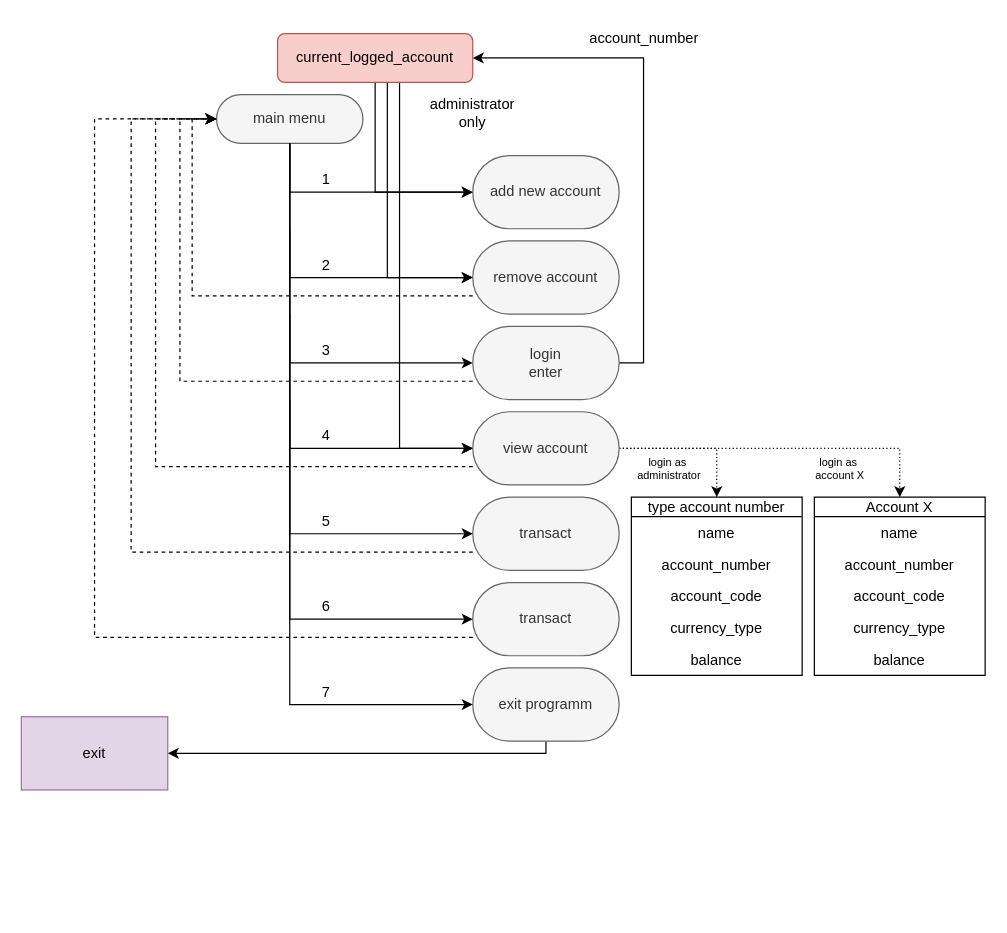
Before: mini-projects/MY_BANK/bank_c.drawio in dananomer/C-Projects, a draw.io diagram. Source tidied: cells renumbered, new cells numbered last; positions are measured from the earlier drawing's top-left corner, leaving out a move shared by most shapes. Both pictures are drawn from the tidied source at 122%, with x=0, y=0 at pixel (21, 21).
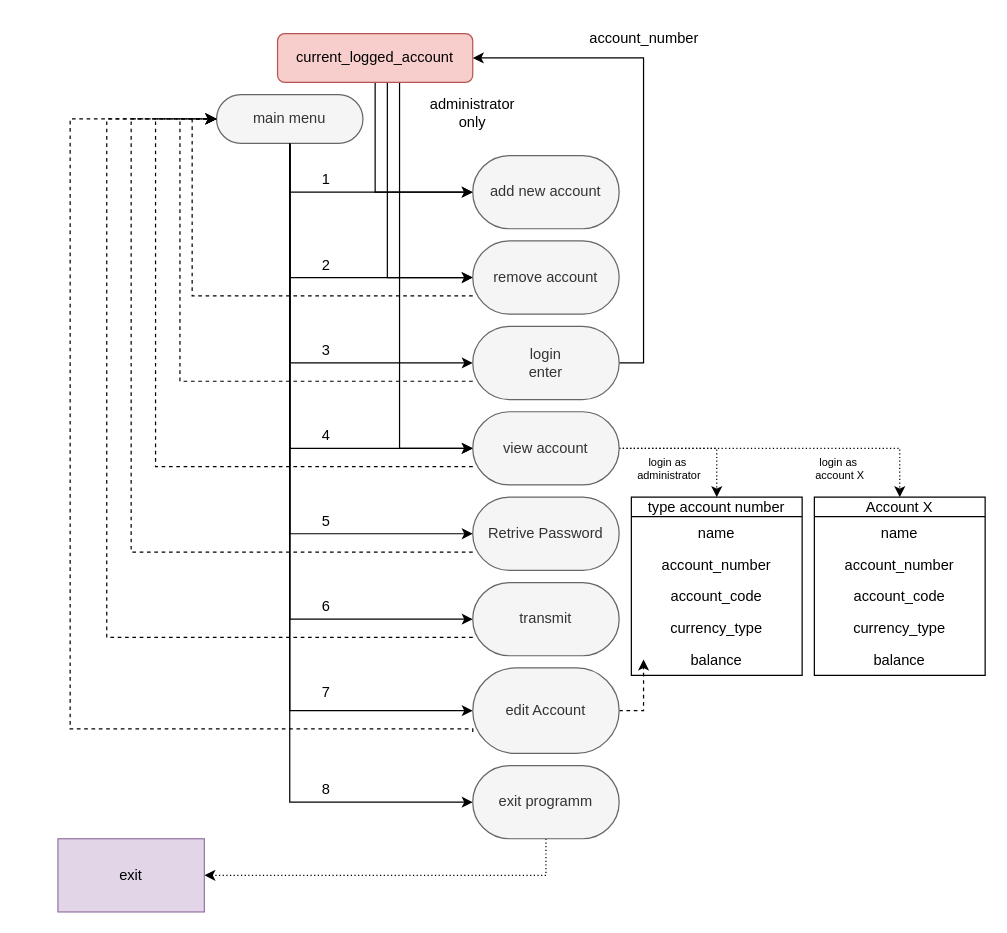
The same page after the edit.

The change refers to these unchanged cells:
```xml
<mxCell id="4" value="main menu" style="rounded=1;whiteSpace=wrap;html=1;fontSize=12;glass=0;strokeWidth=1;shadow=0;fillColor=#f5f5f5;strokeColor=#666666;fontColor=#333333;arcSize=50;" parent="1" vertex="1">
  <mxGeometry x="160" y="60" width="120" height="40" as="geometry" />
</mxCell>
<mxCell id="43" value="balance" style="text;strokeColor=none;fillColor=none;align=center;verticalAlign=top;spacingLeft=4;spacingRight=4;overflow=hidden;points=[[0,0.5],[1,0.5]];portConstraint=eastwest;" parent="38" vertex="1">
  <mxGeometry y="120" width="140" height="26" as="geometry" />
</mxCell>
```

What changed in the source:
```diff
@@
+    <mxCell id="54" style="edgeStyle=orthogonalEdgeStyle;rounded=0;jettySize=auto;html=1;exitX=0.5;exitY=1;exitDx=0;exitDy=0;entryX=0;entryY=0.5;entryDx=0;entryDy=0;fontSize=9;" parent="1" edge="1" source="4" target="59">
+      <mxGeometry relative="1" as="geometry" />
+    </mxCell>
+    <mxCell id="55" style="edgeStyle=orthogonalEdgeStyle;rounded=0;jettySize=auto;html=1;exitX=0.5;exitY=1;exitDx=0;exitDy=0;entryX=0;entryY=0.5;entryDx=0;entryDy=0;fontSize=9;" parent="1" edge="1" source="4" target="31">
+      <mxGeometry relative="1" as="geometry" />
+    </mxCell>
+    <mxCell id="56" style="edgeStyle=orthogonalEdgeStyle;rounded=0;jettySize=auto;html=1;exitX=0.5;exitY=1;exitDx=0;exitDy=0;entryX=0;entryY=0.5;entryDx=0;entryDy=0;fontSize=9;" parent="1" edge="1" source="4" target="34">
+      <mxGeometry relative="1" as="geometry" />
+    </mxCell>
@@
-    <mxCell id="18" value="transact" style="rounded=1;whiteSpace=wrap;html=1;fillColor=#f5f5f5;strokeColor=#666666;fontColor=#333333;shadow=0;strokeWidth=1;glass=0;arcSize=50;" parent="1" vertex="1">
+    <mxCell id="18" value="Retrive Password" style="rounded=1;whiteSpace=wrap;html=1;fillColor=#f5f5f5;strokeColor=#666666;fontColor=#333333;shadow=0;strokeWidth=1;glass=0;arcSize=50;" parent="1" vertex="1">
       <mxGeometry x="370" y="390" width="120" height="60" as="geometry" />
     </mxCell>
@@
-    <mxCell id="30" style="edgeStyle=orthogonalEdgeStyle;rounded=0;jettySize=auto;html=1;exitX=0;exitY=0.75;exitDx=0;exitDy=0;dashed=1;entryX=0;entryY=0.5;entryDx=0;entryDy=0;" parent="1" edge="1" source="31" target="4">
+    <mxCell id="30" style="edgeStyle=orthogonalEdgeStyle;rounded=0;jettySize=auto;html=1;entryX=0;entryY=0.5;entryDx=0;entryDy=0;fontSize=9;dashed=1;exitX=0;exitY=0.75;exitDx=0;exitDy=0;" parent="1" edge="1" source="31" target="4">
       <mxGeometry relative="1" as="geometry">
         <Array as="points">
-          <mxPoint x="60" y="505" />
-          <mxPoint x="60" y="80" />
+          <mxPoint x="370" y="580" />
+          <mxPoint x="40" y="580" />
+          <mxPoint x="40" y="80" />
         </Array>
       </mxGeometry>
     </mxCell>
+    <mxCell id="57" style="edgeStyle=orthogonalEdgeStyle;rounded=0;jettySize=auto;html=1;exitX=1;exitY=0.5;exitDx=0;exitDy=0;dashed=1;fontSize=9;" parent="1" edge="1" source="31" target="43">
+      <mxGeometry relative="1" as="geometry" />
+    </mxCell>
-    <mxCell id="31" value="transact" style="rounded=1;whiteSpace=wrap;html=1;fillColor=#f5f5f5;strokeColor=#666666;fontColor=#333333;shadow=0;strokeWidth=1;glass=0;arcSize=50;" parent="1" vertex="1">
-      <mxGeometry x="370" y="460" width="120" height="60" as="geometry" />
+    <mxCell id="31" value="edit Account" style="rounded=1;whiteSpace=wrap;html=1;fillColor=#f5f5f5;strokeColor=#666666;fontColor=#333333;shadow=0;strokeWidth=1;glass=0;arcSize=50;" parent="1" vertex="1">
+      <mxGeometry x="370" y="530" width="120" height="70" as="geometry" />
     </mxCell>
-    <mxCell id="32" style="edgeStyle=orthogonalEdgeStyle;rounded=0;jettySize=auto;html=1;exitX=0.5;exitY=1;exitDx=0;exitDy=0;entryX=0;entryY=0.5;entryDx=0;entryDy=0;" parent="1" edge="1" target="31">
-      <mxGeometry relative="1" as="geometry">
-        <mxPoint x="220" y="240" as="sourcePoint" />
-        <Array as="points">
-          <mxPoint x="220" y="490" />
-        </Array>
-      </mxGeometry>
-    </mxCell>
-    <mxCell id="33" style="edgeStyle=orthogonalEdgeStyle;rounded=0;jettySize=auto;html=1;exitX=0.5;exitY=1;exitDx=0;exitDy=0;entryX=1;entryY=0.5;entryDx=0;entryDy=0;" parent="1" edge="1" source="34" target="45">
-      <mxGeometry relative="1" as="geometry">
-        <Array as="points">
-          <mxPoint x="430" y="600" />
-          <mxPoint x="120" y="600" />
-        </Array>
-      </mxGeometry>
+    <mxCell id="33" style="edgeStyle=orthogonalEdgeStyle;rounded=0;jettySize=auto;html=1;exitX=0.5;exitY=1;exitDx=0;exitDy=0;entryX=1;entryY=0.5;entryDx=0;entryDy=0;dashed=1;dashPattern=1 2;fontSize=9;" parent="1" edge="1" source="34" target="45">
+      <mxGeometry relative="1" as="geometry" />
     </mxCell>
     <mxCell id="34" value="exit programm" style="rounded=1;whiteSpace=wrap;html=1;fillColor=#f5f5f5;strokeColor=#666666;fontColor=#333333;shadow=0;strokeWidth=1;glass=0;arcSize=50;" parent="1" vertex="1">
-      <mxGeometry x="370" y="530" width="120" height="60" as="geometry" />
+      <mxGeometry x="370" y="610" width="120" height="60" as="geometry" />
     </mxCell>
-    <mxCell id="35" style="edgeStyle=orthogonalEdgeStyle;rounded=0;jettySize=auto;html=1;exitX=0.5;exitY=1;exitDx=0;exitDy=0;entryX=0;entryY=0.5;entryDx=0;entryDy=0;" parent="1" edge="1" target="34">
-      <mxGeometry relative="1" as="geometry">
-        <mxPoint x="220" y="310" as="sourcePoint" />
-        <Array as="points">
-          <mxPoint x="220" y="560" />
-        </Array>
-      </mxGeometry>
-    </mxCell>
@@
     <mxCell id="45" value="exit" style="rounded=0;whiteSpace=wrap;html=1;fillColor=#e1d5e7;strokeColor=#9673a6;" parent="1" vertex="1">
-      <mxGeometry y="570" width="120" height="60" as="geometry" />
+      <mxGeometry x="30" y="670" width="120" height="60" as="geometry" />
     </mxCell>
@@
+    <mxCell id="58" style="edgeStyle=orthogonalEdgeStyle;rounded=0;jettySize=auto;html=1;exitX=0;exitY=0.75;exitDx=0;exitDy=0;entryX=0;entryY=0.5;entryDx=0;entryDy=0;dashed=1;fontSize=9;" parent="1" edge="1" source="59" target="4">
+      <mxGeometry relative="1" as="geometry">
+        <Array as="points">
+          <mxPoint x="70" y="505" />
+          <mxPoint x="70" y="80" />
+        </Array>
+      </mxGeometry>
+    </mxCell>
+    <mxCell id="59" value="transmit" style="rounded=1;whiteSpace=wrap;html=1;fillColor=#f5f5f5;strokeColor=#666666;fontColor=#333333;shadow=0;strokeWidth=1;glass=0;arcSize=50;" parent="1" vertex="1">
+      <mxGeometry x="370" y="460" width="120" height="60" as="geometry" />
+    </mxCell>
+    <mxCell id="60" value="8" style="text;html=1;strokeColor=none;fillColor=none;align=center;verticalAlign=middle;whiteSpace=wrap;rounded=0;" parent="1" vertex="1">
+      <mxGeometry x="230" y="620" width="40" height="20" as="geometry" />
+    </mxCell>
```
